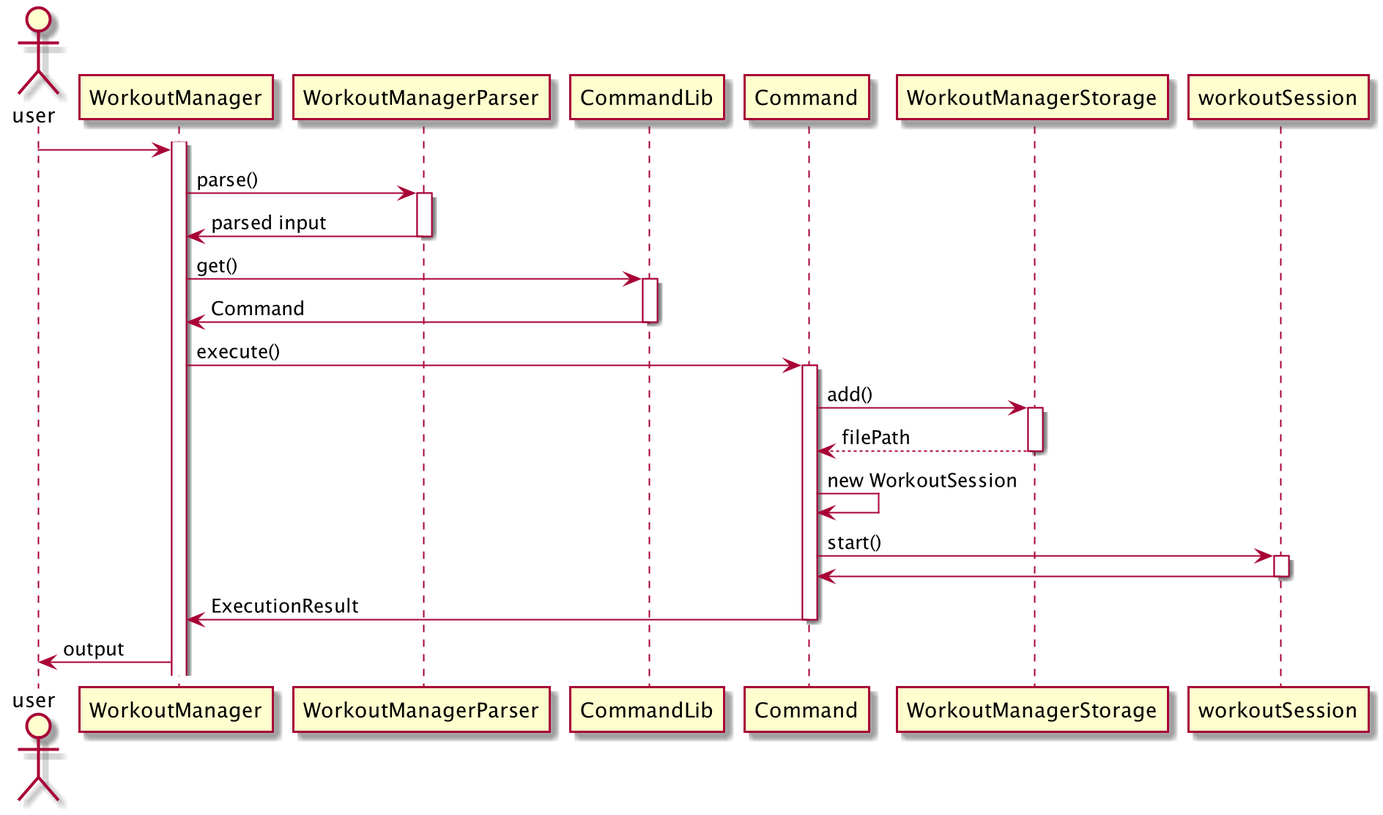
This is docs/pictures/zesong/NewWS.png from zsk612/tp, a PlantUML export, as it was before one commit.
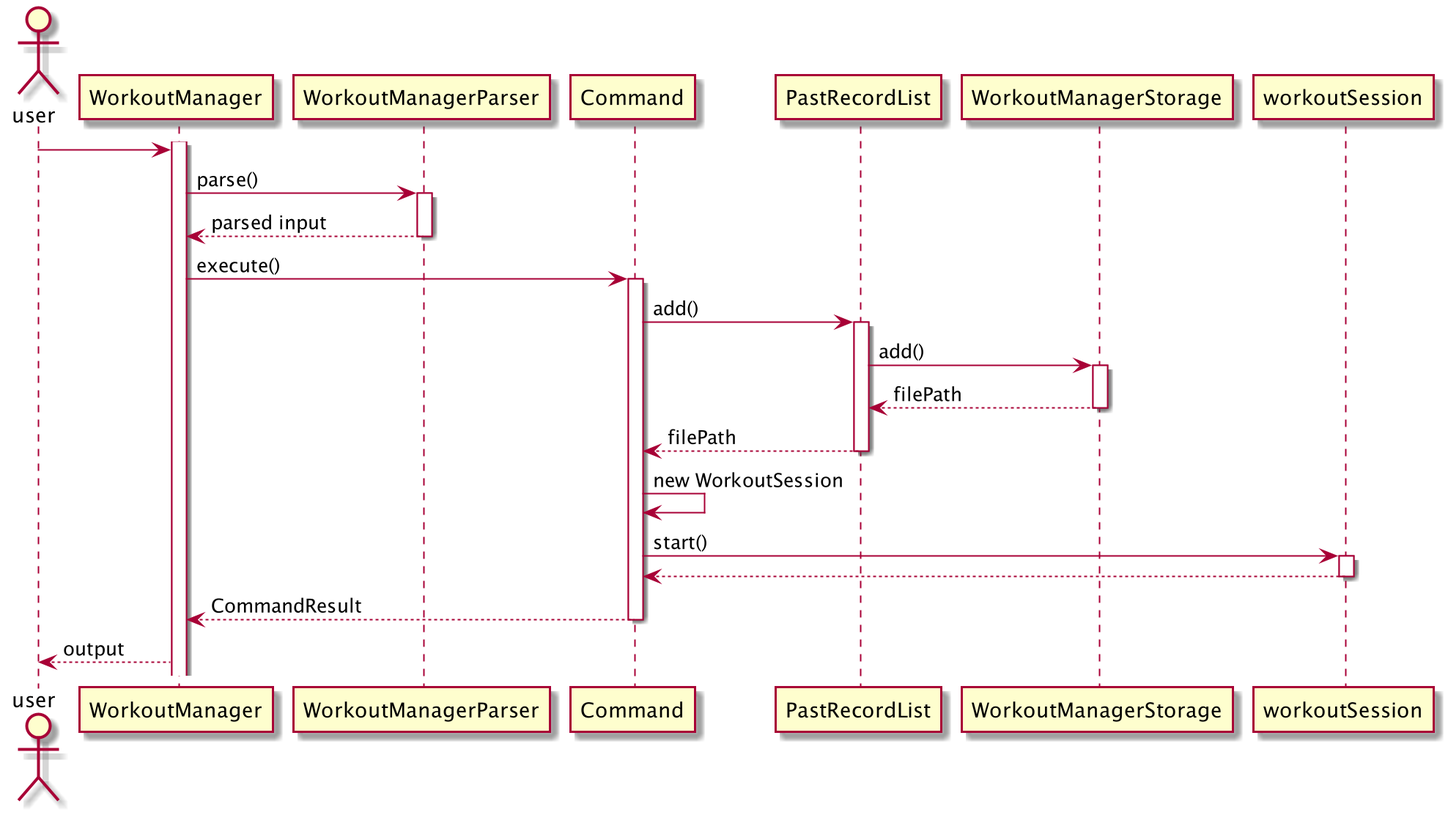
The same diagram one commit later.

Change to the diagram source:
```diff
@@ -4,31 +4,32 @@
 user -> WorkoutManager
 WorkoutManager -> WorkoutManagerParser : parse()
 activate WorkoutManagerParser
-WorkoutManagerParser -> WorkoutManager : parsed input
+WorkoutManagerParser --> WorkoutManager : parsed input
 deactivate WorkoutManagerParser
-
-WorkoutManager -> CommandLib : get()
-activate CommandLib
-CommandLib -> WorkoutManager : Command
-deactivate CommandLib
 
 WorkoutManager -> Command : execute()
 activate Command
 
-Command -> WorkoutManagerStorage : add()
+Command -> PastRecordList : add()
+activate PastRecordList
+
+PastRecordList -> WorkoutManagerStorage : add()
 activate WorkoutManagerStorage
-WorkoutManagerStorage --> Command : filePath
+WorkoutManagerStorage --> PastRecordList : filePath
 deactivate WorkoutManagerStorage
+
+PastRecordList --> Command : filePath
+deactivate PastRecordList
 
 Command -> Command : new WorkoutSession
 Command -> workoutSession : start()
 activate workoutSession
-workoutSession -> Command
+workoutSession --> Command
 deactivate workoutSession
 
-Command -> WorkoutManager : ExecutionResult
+Command --> WorkoutManager : CommandResult
 deactivate Command
 
-WorkoutManager ->  user : output
+WorkoutManager -->  user : output
 
 @enduml
```
